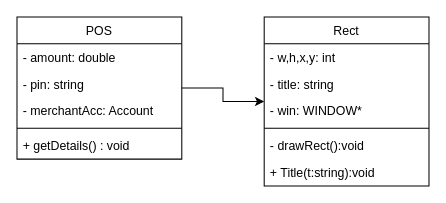
Before: schema/POS UI classes.drawio in deeperj/rust, a draw.io diagram. Source tidied: cells renumbered, new cells numbered last; positions are measured from the earlier drawing's top-left corner, leaving out a move shared by most shapes. Both pictures are drawn from the tidied source at 103%, with x=0, y=0 at pixel (16, 16).
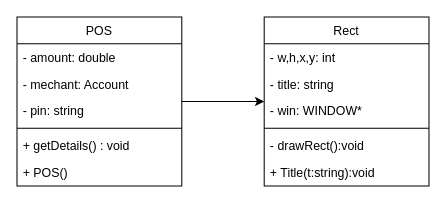
Above is the later version.

Diff of the diagram source:
```diff
@@
 <mxGraphModel>
   <root>
     <mxCell id="0" />
     <mxCell id="1" parent="0" />
     <mxCell id="2" style="edgeStyle=orthogonalEdgeStyle;rounded=0;jettySize=auto;html=1;" parent="1" edge="1" source="3" target="9">
       <mxGeometry relative="1" as="geometry" />
     </mxCell>
     <mxCell id="3" value="POS" style="swimlane;fontStyle=0;align=center;verticalAlign=top;horizontal=1;startSize=26;rounded=0;shadow=0;strokeWidth=1;" parent="1" vertex="1">
-      <mxGeometry width="160" height="138" as="geometry" />
+      <mxGeometry width="160" height="164" as="geometry" />
     </mxCell>
+    <mxCell id="16" value="- amount: double" style="text;align=left;verticalAlign=top;spacingLeft=4;spacingRight=4;overflow=hidden;rounded=0;shadow=0;html=0;" parent="3" vertex="1">
+      <mxGeometry y="26" width="160" height="26" as="geometry" />
+    </mxCell>
-    <mxCell id="4" value="- amount: double" style="text;align=left;verticalAlign=top;spacingLeft=4;spacingRight=4;overflow=hidden;rounded=0;shadow=0;html=0;" parent="3" vertex="1">
-      <mxGeometry y="26" width="160" height="26" as="geometry" />
+    <mxCell id="4" value="- mechant: Account" style="text;align=left;verticalAlign=top;spacingLeft=4;spacingRight=4;overflow=hidden;rounded=0;shadow=0;html=0;" parent="3" vertex="1">
+      <mxGeometry y="52" width="160" height="26" as="geometry" />
     </mxCell>
     <mxCell id="5" value="- pin: string" style="text;align=left;verticalAlign=top;spacingLeft=4;spacingRight=4;overflow=hidden;rounded=0;shadow=0;html=0;" parent="3" vertex="1">
-      <mxGeometry y="52" width="160" height="26" as="geometry" />
+      <mxGeometry y="78" width="160" height="26" as="geometry" />
     </mxCell>
-    <mxCell id="6" value="- merchantAcc: Account" style="text;align=left;verticalAlign=top;spacingLeft=4;spacingRight=4;overflow=hidden;rounded=0;shadow=0;html=0;" parent="3" vertex="1">
-      <mxGeometry y="78" width="160" height="26" as="geometry" />
-    </mxCell>
     <mxCell id="7" style="line;html=1;strokeWidth=1;align=left;verticalAlign=middle;spacingTop=-1;spacingLeft=3;spacingRight=3;labelPosition=right;" parent="3" vertex="1">
       <mxGeometry y="104" width="160" height="8" as="geometry" />
     </mxCell>
     <mxCell id="8" value="+ getDetails() : void" style="text;align=left;verticalAlign=top;spacingLeft=4;spacingRight=4;overflow=hidden;" parent="3" vertex="1">
       <mxGeometry y="112" width="160" height="26" as="geometry" />
     </mxCell>
+    <mxCell id="6" value="+ POS()" style="text;align=left;verticalAlign=top;spacingLeft=4;spacingRight=4;overflow=hidden;rounded=0;shadow=0;html=0;" parent="3" vertex="1">
+      <mxGeometry y="138" width="160" height="26" as="geometry" />
+    </mxCell>
     <mxCell id="9" value="Rect" style="swimlane;fontStyle=0;align=center;verticalAlign=top;horizontal=1;startSize=26;rounded=0;shadow=0;strokeWidth=1;" parent="1" vertex="1">
       <mxGeometry x="240" width="160" height="164" as="geometry" />
     </mxCell>
     <mxCell id="10" value="- w,h,x,y: int" style="text;align=left;verticalAlign=top;spacingLeft=4;spacingRight=4;overflow=hidden;rounded=0;shadow=0;html=0;" parent="9" vertex="1">
       <mxGeometry y="26" width="160" height="26" as="geometry" />
     </mxCell>
     <mxCell id="11" value="- title: string" style="text;align=left;verticalAlign=top;spacingLeft=4;spacingRight=4;overflow=hidden;rounded=0;shadow=0;html=0;" parent="9" vertex="1">
       <mxGeometry y="52" width="160" height="26" as="geometry" />
     </mxCell>
     <mxCell id="12" value="- win: WINDOW*" style="text;align=left;verticalAlign=top;spacingLeft=4;spacingRight=4;overflow=hidden;rounded=0;shadow=0;html=0;" parent="9" vertex="1">
       <mxGeometry y="78" width="160" height="26" as="geometry" />
     </mxCell>
     <mxCell id="13" style="line;html=1;strokeWidth=1;align=left;verticalAlign=middle;spacingTop=-1;spacingLeft=3;spacingRight=3;labelPosition=right;" parent="9" vertex="1">
       <mxGeometry y="104" width="160" height="8" as="geometry" />
     </mxCell>
     <mxCell id="14" value="- drawRect():void" style="text;align=left;verticalAlign=top;spacingLeft=4;spacingRight=4;overflow=hidden;" parent="9" vertex="1">
       <mxGeometry y="112" width="160" height="26" as="geometry" />
     </mxCell>
     <mxCell id="15" value="+ Title(t:string):void" style="text;align=left;verticalAlign=top;spacingLeft=4;spacingRight=4;overflow=hidden;" parent="9" vertex="1">
       <mxGeometry y="138" width="160" height="26" as="geometry" />
     </mxCell>
   </root>
 </mxGraphModel>
```
